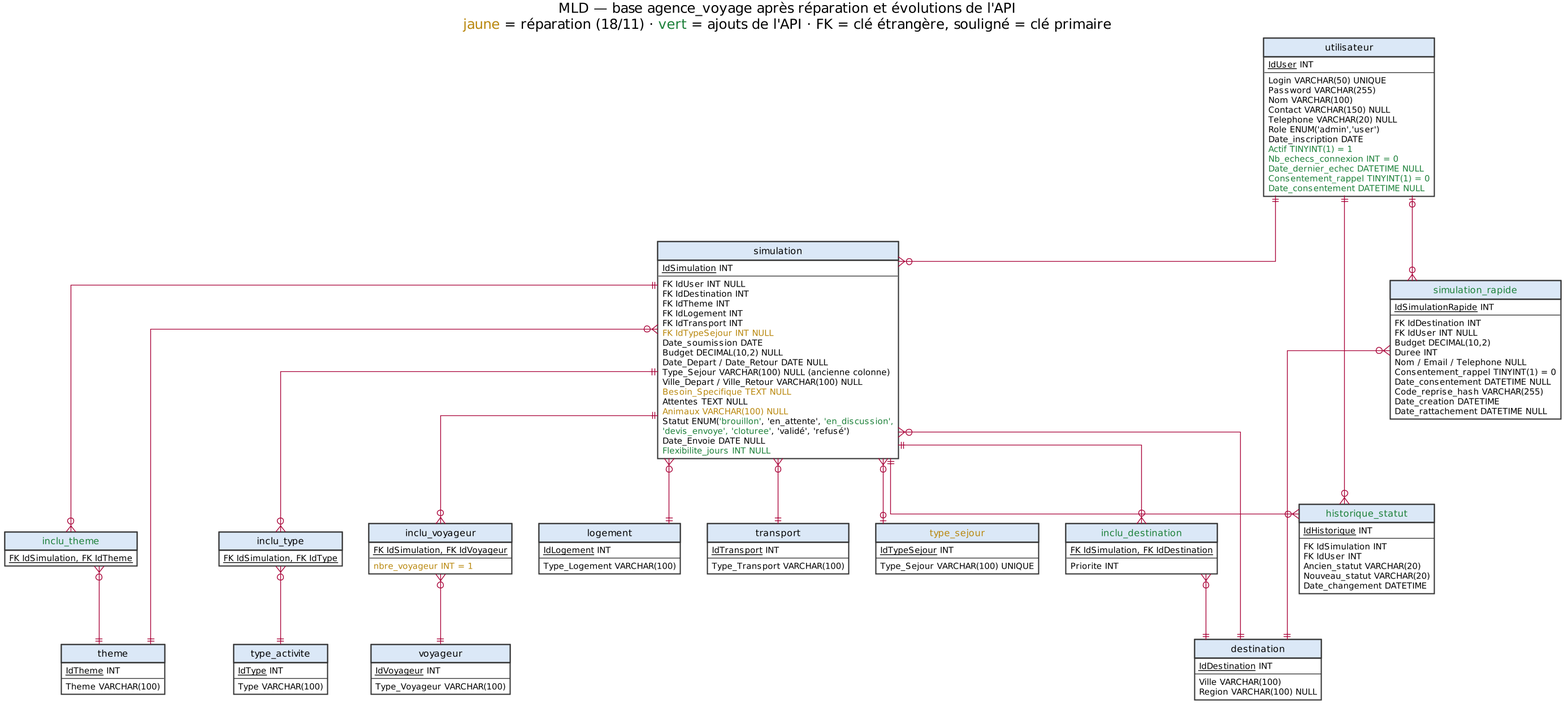
This is docs/conception/02-mld.png from jakevlt/api-voyages-sur-mesure, a PlantUML export, as it was before one commit. Its source is kept beside it as docs/conception/sources/02-mld.puml.
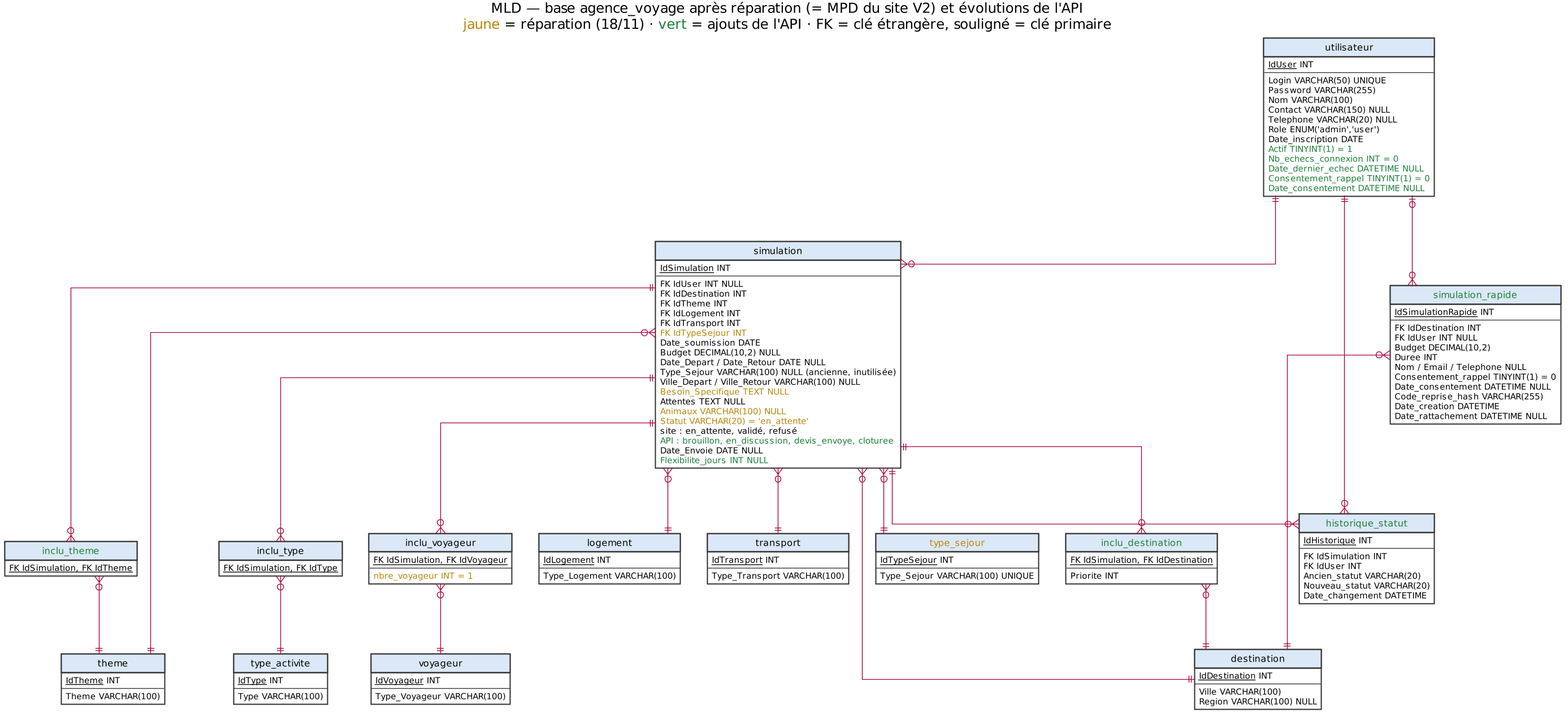
Above is the later version.

Commit message:
fix(base): réparation alignée sur le MPD du site V2 (#1)

What changed in the source:
```diff
@@ -10,7 +10,7 @@
 }
 hide circle
 hide methods
-title MLD — base agence_voyage après réparation et évolutions de l'API\n<color:#b8860b>jaune</color> = réparation (18/11) · <color:#1a7f37>vert</color> = ajouts de l'API · FK = clé étrangère, souligné = clé primaire
+title MLD — base agence_voyage après réparation (= MPD du site V2) et évolutions de l'API\n<color:#b8860b>jaune</color> = réparation (18/11) · <color:#1a7f37>vert</color> = ajouts de l'API · FK = clé étrangère, souligné = clé primaire
 
 entity "utilisateur" as U {
   <u>IdUser</u> INT
@@ -37,17 +37,18 @@
   FK IdTheme INT
   FK IdLogement INT
   FK IdTransport INT
-  <color:#b8860b>FK IdTypeSejour INT NULL</color>
+  <color:#b8860b>FK IdTypeSejour INT</color>
   Date_soumission DATE
   Budget DECIMAL(10,2) NULL
   Date_Depart / Date_Retour DATE NULL
-  Type_Sejour VARCHAR(100) NULL (ancienne colonne)
+  Type_Sejour VARCHAR(100) NULL (ancienne, inutilisée)
   Ville_Depart / Ville_Retour VARCHAR(100) NULL
   <color:#b8860b>Besoin_Specifique TEXT NULL</color>
   Attentes TEXT NULL
   <color:#b8860b>Animaux VARCHAR(100) NULL</color>
-  Statut ENUM(<color:#1a7f37>'brouillon'</color>, 'en_attente', <color:#1a7f37>'en_discussion',</color>
-    <color:#1a7f37>'devis_envoye', 'cloturee'</color>, 'validé', 'refusé')
+  <color:#b8860b>Statut VARCHAR(20) = 'en_attente'</color>
+    site : en_attente, validé, refusé
+    <color:#1a7f37>API : brouillon, en_discussion, devis_envoye, cloturee</color>
   Date_Envoie DATE NULL
   <color:#1a7f37>Flexibilite_jours INT NULL</color>
 }
@@ -136,7 +137,7 @@
 S }o--|| T
 S }o--|| L
 S }o--|| TR
-S }o--o| TS
+S }o--|| TS
 S ||--o{ ITY
 ITY }o--|| TA
 S ||--o{ IV
```
